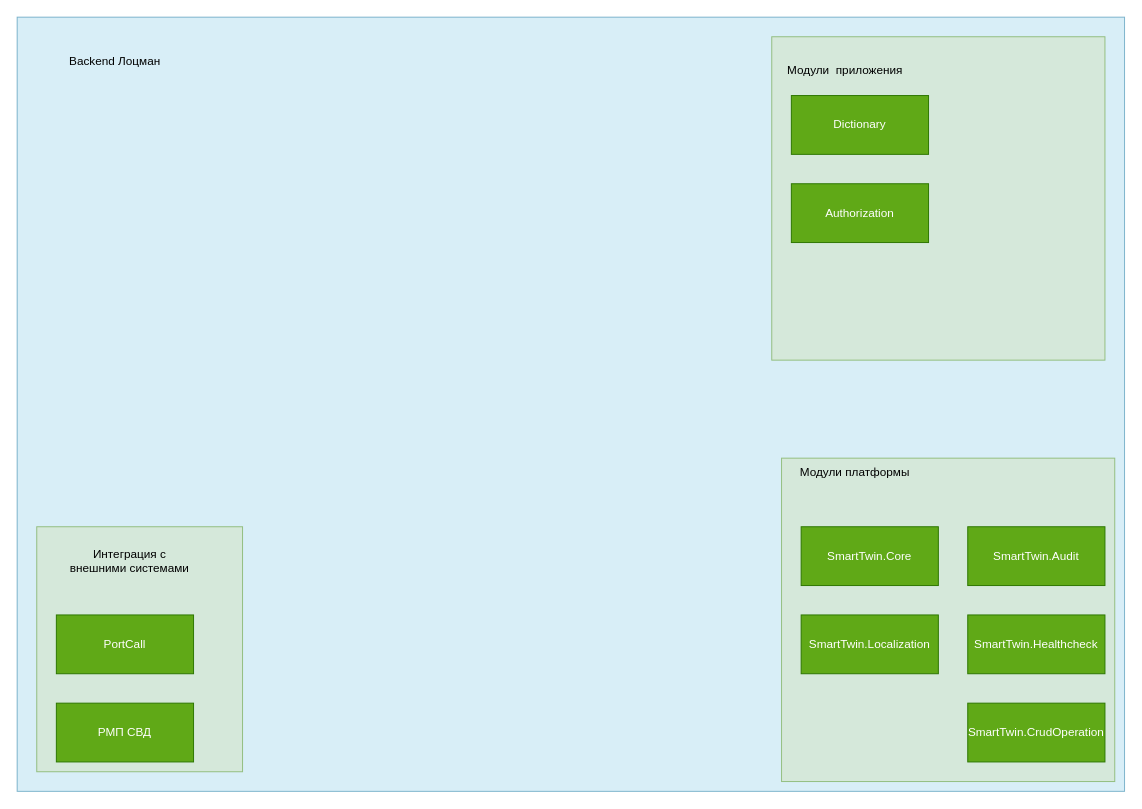
Above: page "PilotModuls" (5 of 16) of Pilot Схема потоков данных.drawio in aaf1974/ProjectDiagram (draw.io), before the change. Source tidied: cells renumbered, new cells numbered last; positions are measured from the earlier drawing's top-left corner, leaving out a move shared by most shapes. Both pictures are drawn from the tidied source at 98%, with x=0, y=0 at pixel (17, 17).
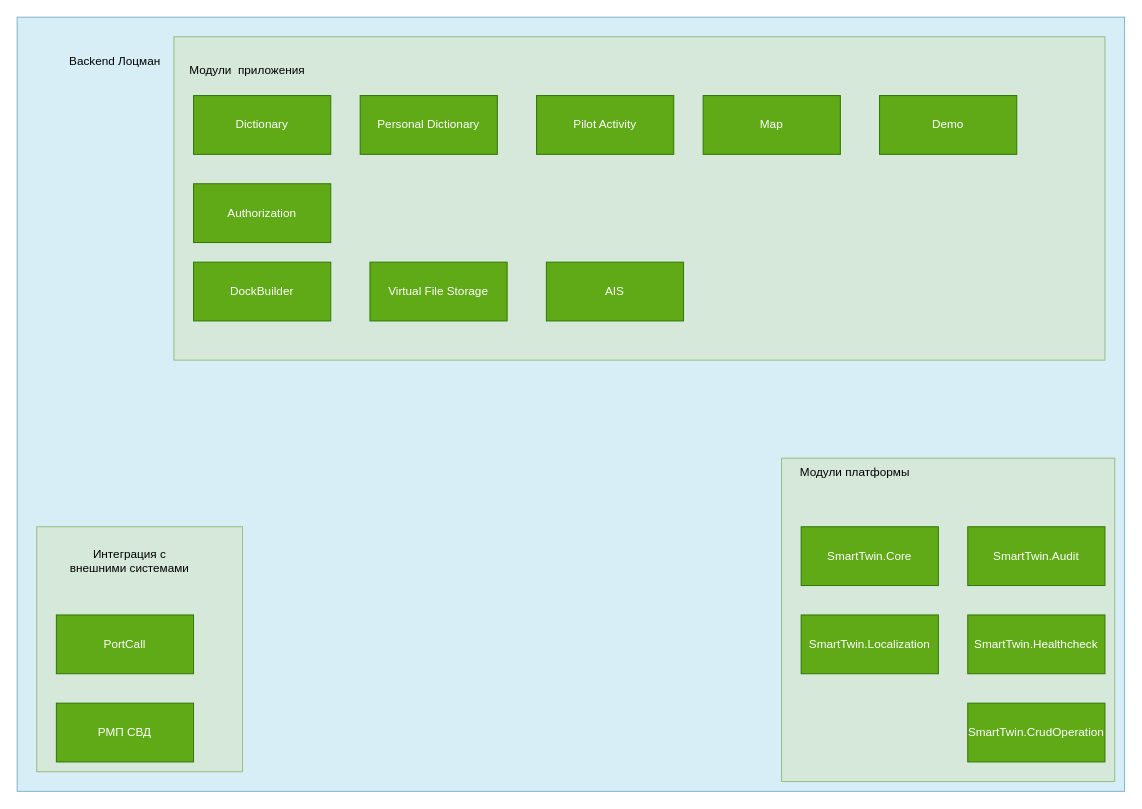
The same diagram, later.

What changed in the source:
```diff
@@
     <mxCell id="11" style="rounded=0;whiteSpace=wrap;html=1;fillColor=#d5e8d4;strokeColor=#82b366;opacity=80;" parent="1" vertex="1">
-      <mxGeometry x="770" y="20" width="340" height="330" as="geometry" />
+      <mxGeometry x="160" y="20" width="950" height="330" as="geometry" />
     </mxCell>
@@
     <mxCell id="16" value="Модули&amp;nbsp; приложения" style="text;html=1;strokeColor=none;fillColor=none;align=center;verticalAlign=middle;whiteSpace=wrap;rounded=0;" parent="1" vertex="1">
-      <mxGeometry x="780" y="40" width="130" height="30" as="geometry" />
+      <mxGeometry x="170" y="40" width="130" height="30" as="geometry" />
     </mxCell>
     <mxCell id="17" value="Dictionary" style="rounded=0;whiteSpace=wrap;html=1;fillColor=#60a917;fontColor=#ffffff;strokeColor=#2D7600;" parent="1" vertex="1">
-      <mxGeometry x="790" y="80" width="140" height="60" as="geometry" />
+      <mxGeometry x="180" y="80" width="140" height="60" as="geometry" />
     </mxCell>
     <mxCell id="18" value="Authorization" style="rounded=0;whiteSpace=wrap;html=1;fillColor=#60a917;fontColor=#ffffff;strokeColor=#2D7600;" parent="1" vertex="1">
-      <mxGeometry x="790" y="170" width="140" height="60" as="geometry" />
+      <mxGeometry x="180" y="170" width="140" height="60" as="geometry" />
     </mxCell>
+    <mxCell id="19" value="DockBuilder" style="rounded=0;whiteSpace=wrap;html=1;fillColor=#60a917;fontColor=#ffffff;strokeColor=#2D7600;" parent="1" vertex="1">
+      <mxGeometry x="180" y="250" width="140" height="60" as="geometry" />
+    </mxCell>
+    <mxCell id="20" value="Personal Dictionary" style="rounded=0;whiteSpace=wrap;html=1;fillColor=#60a917;fontColor=#ffffff;strokeColor=#2D7600;" parent="1" vertex="1">
+      <mxGeometry x="350" y="80" width="140" height="60" as="geometry" />
+    </mxCell>
+    <mxCell id="21" value="Virtual File Storage" style="rounded=0;whiteSpace=wrap;html=1;fillColor=#60a917;fontColor=#ffffff;strokeColor=#2D7600;" parent="1" vertex="1">
+      <mxGeometry x="360" y="250" width="140" height="60" as="geometry" />
+    </mxCell>
+    <mxCell id="22" value="Pilot Activity" style="rounded=0;whiteSpace=wrap;html=1;fillColor=#60a917;fontColor=#ffffff;strokeColor=#2D7600;" parent="1" vertex="1">
+      <mxGeometry x="530" y="80" width="140" height="60" as="geometry" />
+    </mxCell>
+    <mxCell id="23" value="AIS" style="rounded=0;whiteSpace=wrap;html=1;fillColor=#60a917;fontColor=#ffffff;strokeColor=#2D7600;" parent="1" vertex="1">
+      <mxGeometry x="540" y="250" width="140" height="60" as="geometry" />
+    </mxCell>
+    <mxCell id="24" value="Map" style="rounded=0;whiteSpace=wrap;html=1;fillColor=#60a917;fontColor=#ffffff;strokeColor=#2D7600;" parent="1" vertex="1">
+      <mxGeometry x="700" y="80" width="140" height="60" as="geometry" />
+    </mxCell>
+    <mxCell id="25" value="Demo" style="rounded=0;whiteSpace=wrap;html=1;fillColor=#60a917;fontColor=#ffffff;strokeColor=#2D7600;" parent="1" vertex="1">
+      <mxGeometry x="880" y="80" width="140" height="60" as="geometry" />
+    </mxCell>
```
